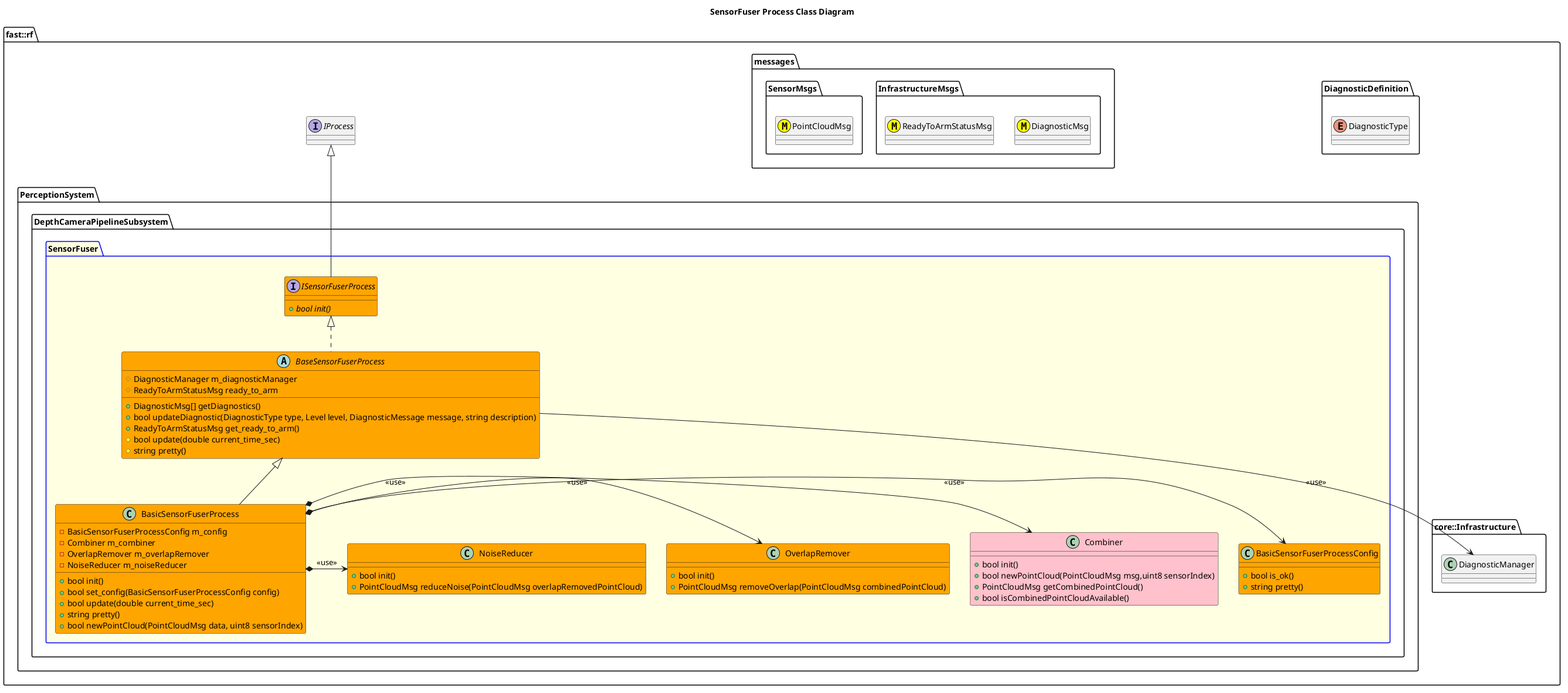
fastrobotics/robot_framework keeps this PlantUML diagram as Systems/Perception/Subsystems/DepthCameraPipeline/Processes/SensorFuser/doc/puml/SensorFuserProcessClassDiagram.png. Above is the earlier version. Its diagram source:
```plantuml
@startuml
title SensorFuser Process Class Diagram

namespace fast::rf {
    namespace DiagnosticDefinition {
        enum DiagnosticType
    }
    namespace messages {
        namespace InfrastructureMsgs {
            class DiagnosticMsg <<(M,#FFFF00)>>
            class ReadyToArmStatusMsg <<(M,#FFFF00)>>
        }
        namespace SensorMsgs {
            class PointCloudMsg <<(M,#FFFF00)>>
        }
    }
    namespace core::Infrastructure {
        class DiagnosticManager
    }
    interface IProcess
    namespace PerceptionSystem {
        namespace DepthCameraPipelineSubsystem {
            package SensorFuser #LightYellow;line:blue {
                class Combiner #Pink {
                    +bool init()
                    +bool newPointCloud(PointCloudMsg msg,uint8 sensorIndex)
                    +PointCloudMsg getCombinedPointCloud()
                    +bool isCombinedPointCloudAvailable()
                }
                class OverlapRemover #Orange {
                    +bool init()
                    +PointCloudMsg removeOverlap(PointCloudMsg combinedPointCloud)
                }
                class NoiseReducer #Orange {
                    +bool init()
                    +PointCloudMsg reduceNoise(PointCloudMsg overlapRemovedPointCloud)
                }
                interface ISensorFuserProcess #Orange  {
                    +{abstract} bool init()
                }
                ISensorFuserProcess -up-|> IProcess
                abstract BaseSensorFuserProcess #Orange {
                    +DiagnosticMsg[] getDiagnostics()
                    +bool updateDiagnostic(DiagnosticType type, Level level, DiagnosticMessage message, string description)
                    +ReadyToArmStatusMsg get_ready_to_arm()
                    #bool update(double current_time_sec)
                    #string pretty()
                    #DiagnosticManager m_diagnosticManager
                    #ReadyToArmStatusMsg ready_to_arm

                }
                BaseSensorFuserProcess .up.|> ISensorFuserProcess
                BaseSensorFuserProcess --> DiagnosticManager: <<use>>
                class BasicSensorFuserProcessConfig #Orange {
                    +bool is_ok()
                    +string pretty()
                }
                class BasicSensorFuserProcess #Orange {
                    +bool init()
                    +bool set_config(BasicSensorFuserProcessConfig config)
                    +bool update(double current_time_sec)
                    +string pretty()
                    +bool newPointCloud(PointCloudMsg data, uint8 sensorIndex)
                    -BasicSensorFuserProcessConfig m_config
                    -Combiner m_combiner
                    -OverlapRemover m_overlapRemover
                    -NoiseReducer m_noiseReducer
                }
                BasicSensorFuserProcess -up-|> BaseSensorFuserProcess
                BasicSensorFuserProcess *-> BasicSensorFuserProcessConfig: <<use>>
                BasicSensorFuserProcess *-> Combiner: <<use>>
                BasicSensorFuserProcess *-> OverlapRemover: <<use>>
                BasicSensorFuserProcess *-> NoiseReducer: <<use>>
            }
        }
    }
}
@enduml
```
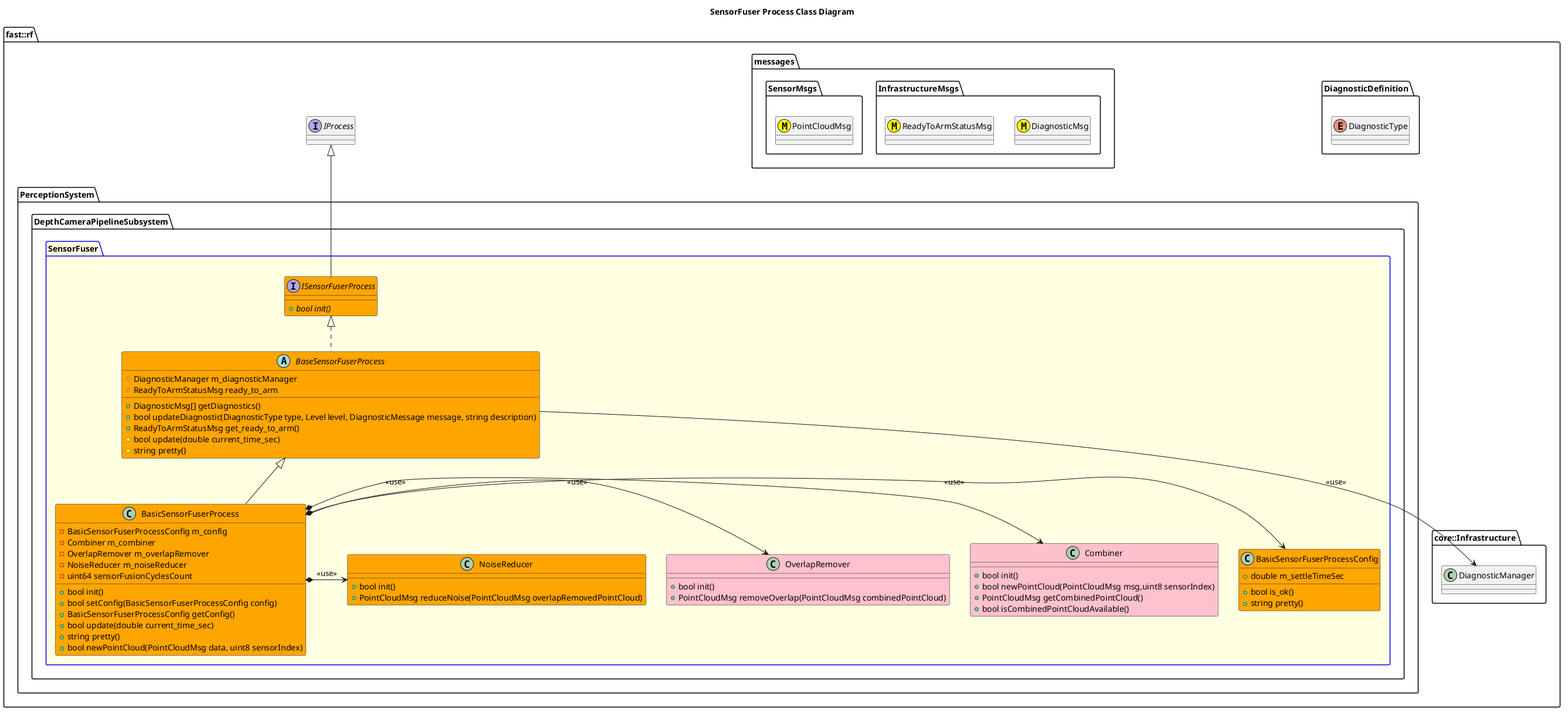
Later version of the same file.

What changed in the source:
```diff
@@ -27,7 +27,7 @@
                     +PointCloudMsg getCombinedPointCloud()
                     +bool isCombinedPointCloudAvailable()
                 }
-                class OverlapRemover #Orange {
+                class OverlapRemover #Pink {
                     +bool init()
                     +PointCloudMsg removeOverlap(PointCloudMsg combinedPointCloud)
                 }
@@ -54,10 +54,12 @@
                 class BasicSensorFuserProcessConfig #Orange {
                     +bool is_ok()
                     +string pretty()
+                    +double m_settleTimeSec
                 }
                 class BasicSensorFuserProcess #Orange {
                     +bool init()
-                    +bool set_config(BasicSensorFuserProcessConfig config)
+                    +bool setConfig(BasicSensorFuserProcessConfig config)
+                    +BasicSensorFuserProcessConfig getConfig()
                     +bool update(double current_time_sec)
                     +string pretty()
                     +bool newPointCloud(PointCloudMsg data, uint8 sensorIndex)
@@ -65,6 +67,7 @@
                     -Combiner m_combiner
                     -OverlapRemover m_overlapRemover
                     -NoiseReducer m_noiseReducer
+                    -uint64 sensorFusionCyclesCount
                 }
                 BasicSensorFuserProcess -up-|> BaseSensorFuserProcess
                 BasicSensorFuserProcess *-> BasicSensorFuserProcessConfig: <<use>>
```
